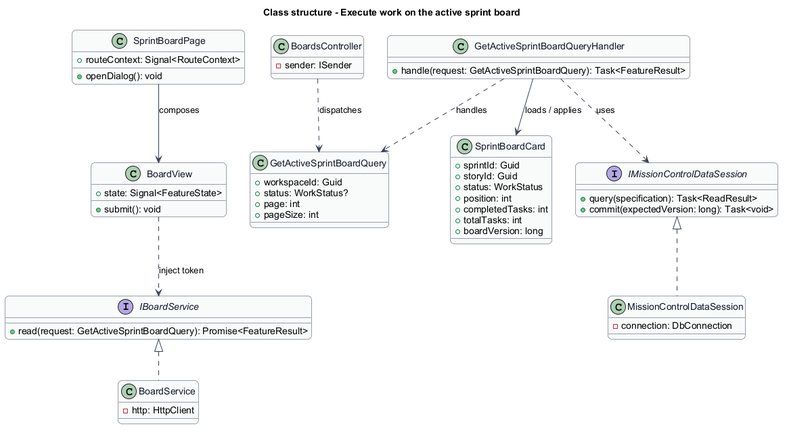
Above: docs/detailed-designs/scrum/execute-sprint-work/diagrams/class-structure.png in QuinntyneBrown/mission-control (PlantUML), before the change.
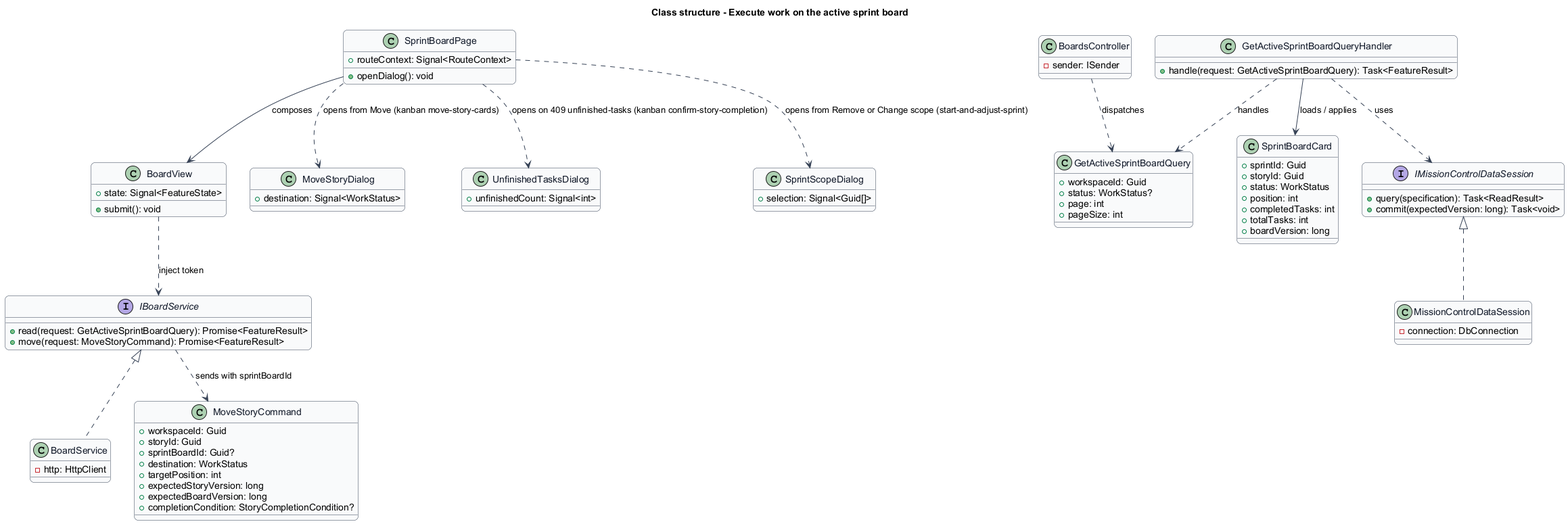
The same file after the commit.

What changed in the source:
```diff
@@ -29,6 +29,7 @@
 }
 interface IBoardService {
   +read(request: GetActiveSprintBoardQuery): Promise<FeatureResult>
+  +move(request: MoveStoryCommand): Promise<FeatureResult>
 }
 class BoardService {
   -http: HttpClient
@@ -69,5 +70,28 @@
 GetActiveSprintBoardQueryHandler ..> GetActiveSprintBoardQuery : handles
 GetActiveSprintBoardQueryHandler --> SprintBoardCard : loads / applies
 GetActiveSprintBoardQueryHandler ..> IMissionControlDataSession : uses
+class MoveStoryCommand {
+  +workspaceId: Guid
+  +storyId: Guid
+  +sprintBoardId: Guid?
+  +destination: WorkStatus
+  +targetPosition: int
+  +expectedStoryVersion: long
+  +expectedBoardVersion: long
+  +completionCondition: StoryCompletionCondition?
+}
+class MoveStoryDialog {
+  +destination: Signal<WorkStatus>
+}
+class UnfinishedTasksDialog {
+  +unfinishedCount: Signal<int>
+}
+class SprintScopeDialog {
+  +selection: Signal<Guid[]>
+}
+IBoardService ..> MoveStoryCommand : sends with sprintBoardId
+SprintBoardPage ..> MoveStoryDialog : opens from Move (kanban move-story-cards)
+SprintBoardPage ..> UnfinishedTasksDialog : opens on 409 unfinished-tasks (kanban confirm-story-completion)
+SprintBoardPage ..> SprintScopeDialog : opens from Remove or Change scope (start-and-adjust-sprint)
 
 @enduml
```
